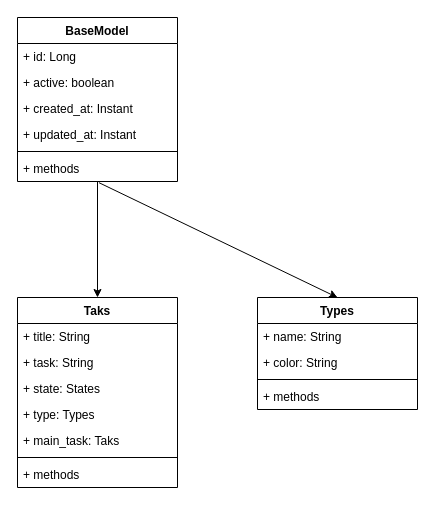
Miguel52CF/Task_Manager keeps this draw.io diagram as page "UML" (3 of 3) of UML.drawio. Above is the earlier version. Source tidied: cells renumbered, new cells numbered last; positions are measured from the earlier drawing's top-left corner, leaving out a move shared by most shapes. Both pictures are drawn from the tidied source at 100%, with x=0, y=0 at pixel (17, 17).
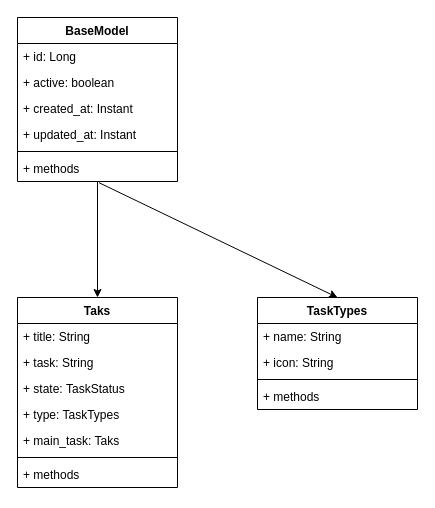
Above is the later version.

Unchanged cells that the change refers to:
```xml
<mxCell id="16" value="Taks" style="swimlane;fontStyle=1;align=center;verticalAlign=top;horizontal=1;startSize=26;whiteSpace=wrap;html=1;" parent="1" vertex="1">
  <mxGeometry y="280" width="160" height="190" as="geometry" />
</mxCell>
```

Diff of the diagram source:
```diff
@@
-    <mxCell id="11" value="Types" style="swimlane;fontStyle=1;align=center;verticalAlign=top;horizontal=1;startSize=26;whiteSpace=wrap;html=1;" parent="1" vertex="1">
+    <mxCell id="11" value="TaskTypes" style="swimlane;fontStyle=1;align=center;verticalAlign=top;horizontal=1;startSize=26;whiteSpace=wrap;html=1;" parent="1" vertex="1">
       <mxGeometry x="240" y="280" width="160" height="112" as="geometry" />
     </mxCell>
@@
-    <mxCell id="13" value="+ color: String" style="text;strokeColor=none;fillColor=none;align=left;verticalAlign=top;spacingLeft=4;spacingRight=4;overflow=hidden;whiteSpace=wrap;html=1;" parent="11" vertex="1">
+    <mxCell id="13" value="+ icon: String" style="text;strokeColor=none;fillColor=none;align=left;verticalAlign=top;spacingLeft=4;spacingRight=4;overflow=hidden;whiteSpace=wrap;html=1;" parent="11" vertex="1">
       <mxGeometry y="52" width="160" height="26" as="geometry" />
     </mxCell>
@@
-    <mxCell id="19" value="+ state: States" style="text;strokeColor=none;fillColor=none;align=left;verticalAlign=top;spacingLeft=4;spacingRight=4;overflow=hidden;whiteSpace=wrap;html=1;" parent="16" vertex="1">
+    <mxCell id="19" value="+ state:&amp;nbsp;&lt;span style=&quot;color: rgb(0, 0, 0);&quot;&gt;TaskStatus&lt;/span&gt;" style="text;strokeColor=none;fillColor=none;align=left;verticalAlign=top;spacingLeft=4;spacingRight=4;overflow=hidden;whiteSpace=wrap;html=1;" parent="16" vertex="1">
       <mxGeometry y="78" width="160" height="26" as="geometry" />
     </mxCell>
-    <mxCell id="20" value="+ type: Types" style="text;strokeColor=none;fillColor=none;align=left;verticalAlign=top;spacingLeft=4;spacingRight=4;overflow=hidden;whiteSpace=wrap;html=1;" parent="16" vertex="1">
+    <mxCell id="20" value="+ type: TaskTypes" style="text;strokeColor=none;fillColor=none;align=left;verticalAlign=top;spacingLeft=4;spacingRight=4;overflow=hidden;whiteSpace=wrap;html=1;" parent="16" vertex="1">
       <mxGeometry y="104" width="160" height="26" as="geometry" />
     </mxCell>
```
